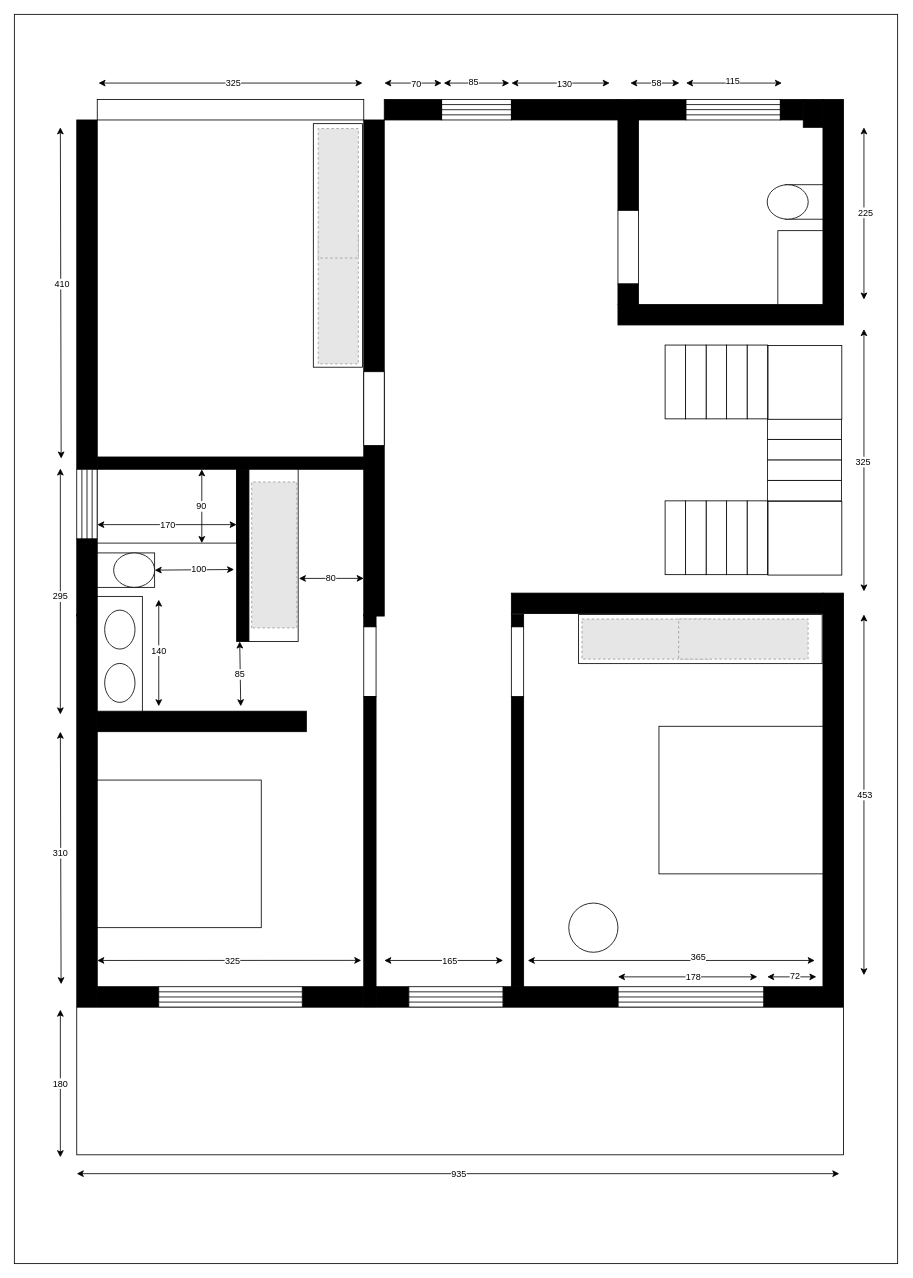
Above: page "第 11 页" (11 of 12) of gushan.drawio in huangshijie/Drawio (draw.io), before the change. Source tidied: cells renumbered, new cells numbered last; positions are measured from the earlier drawing's top-left corner, leaving out a move shared by most shapes. Both pictures are drawn from the tidied source at 82%, with x=0, y=0 at pixel (14, 14). Pictures stored in the file or linked from it are replaced by grey dashed boxes.
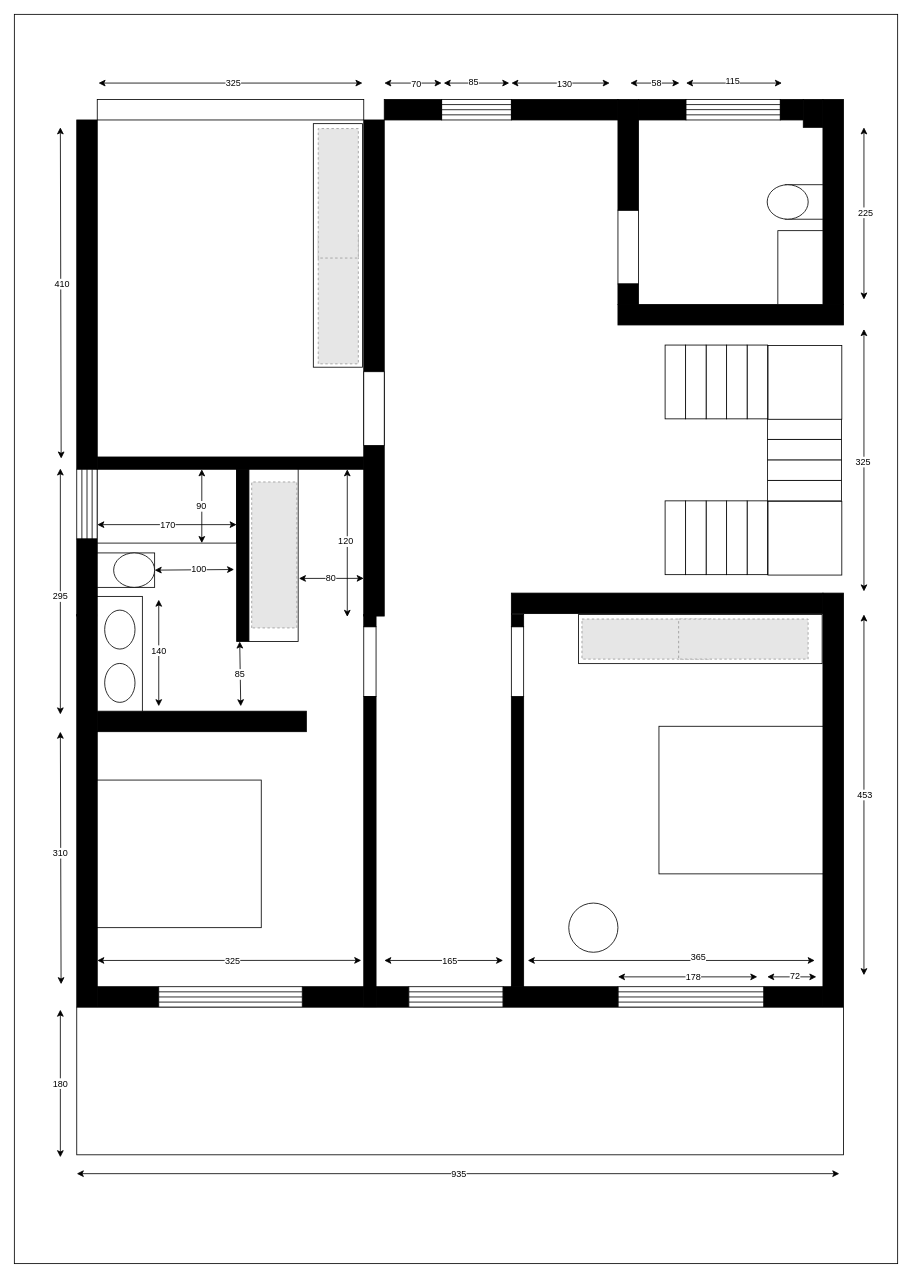
After the change.

The change refers to these unchanged cells:
```xml
<mxCell id="2" style="group;" parent="1" vertex="1">
  <mxGeometry width="1077.2" height="1523.5" as="geometry" />
</mxCell>
```

The edit, as a diff of the source:
```diff
@@
+    <mxCell id="149" style="endArrow=classic;startArrow=classic;html=1;rounded=0;" parent="2" edge="1">
+      <mxGeometry relative="1" as="geometry">
+        <mxPoint x="406" y="734.8" as="sourcePoint" />
+        <mxPoint x="406" y="554.8" as="targetPoint" />
+      </mxGeometry>
+    </mxCell>
+    <mxCell id="150" value="120" style="edgeLabel;html=1;align=center;verticalAlign=middle;" parent="149" vertex="1">
+      <mxGeometry x="0.02" y="3" relative="1" as="geometry" />
+    </mxCell>
```
